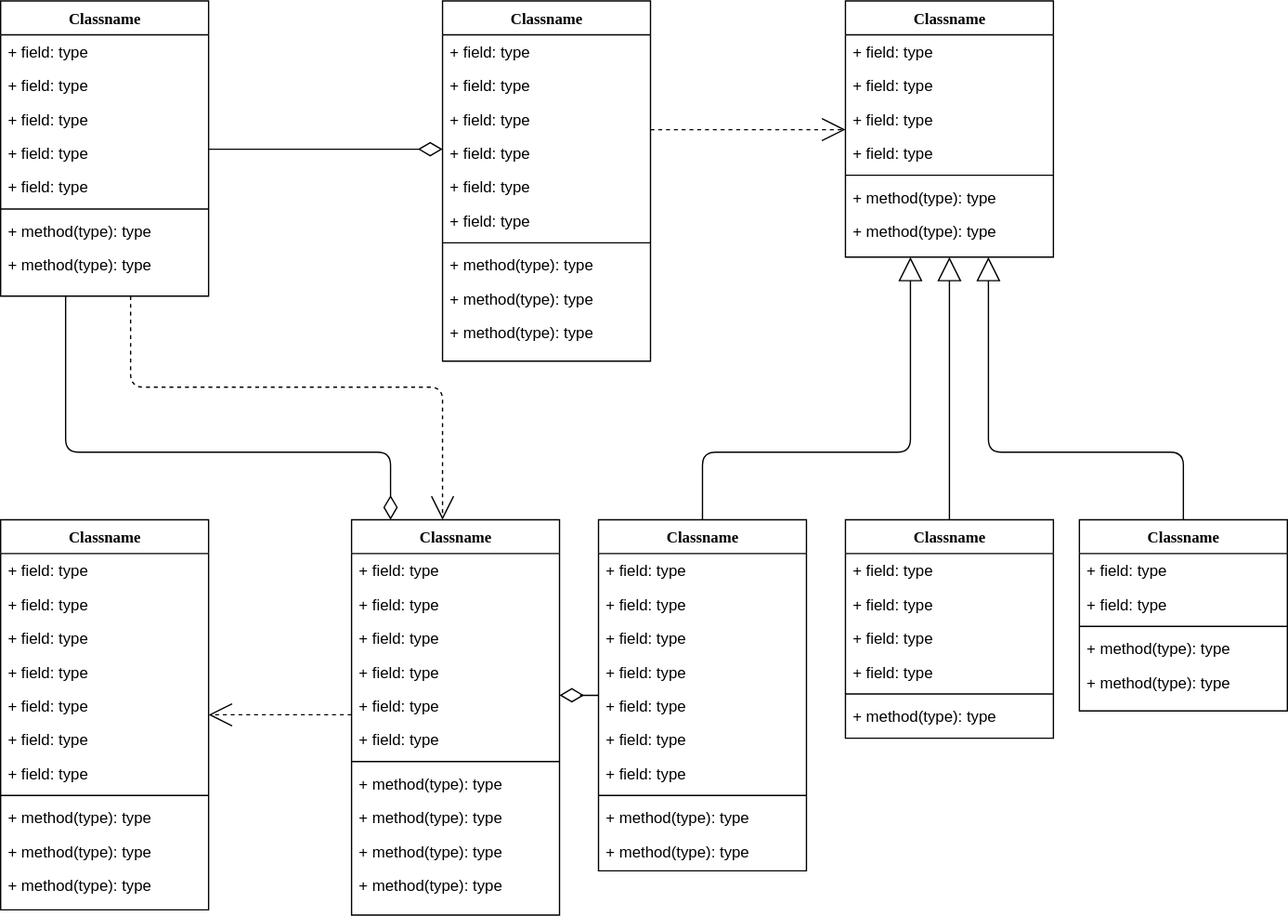
This is week-7_session-1.drawio.svg from purplehaxttv/programming101-csharp, a draw.io export, as it was before one commit. Source tidied: cells renumbered, new cells last; positions are measured from the earlier drawing's top-left corner, leaving out a move shared by most shapes.
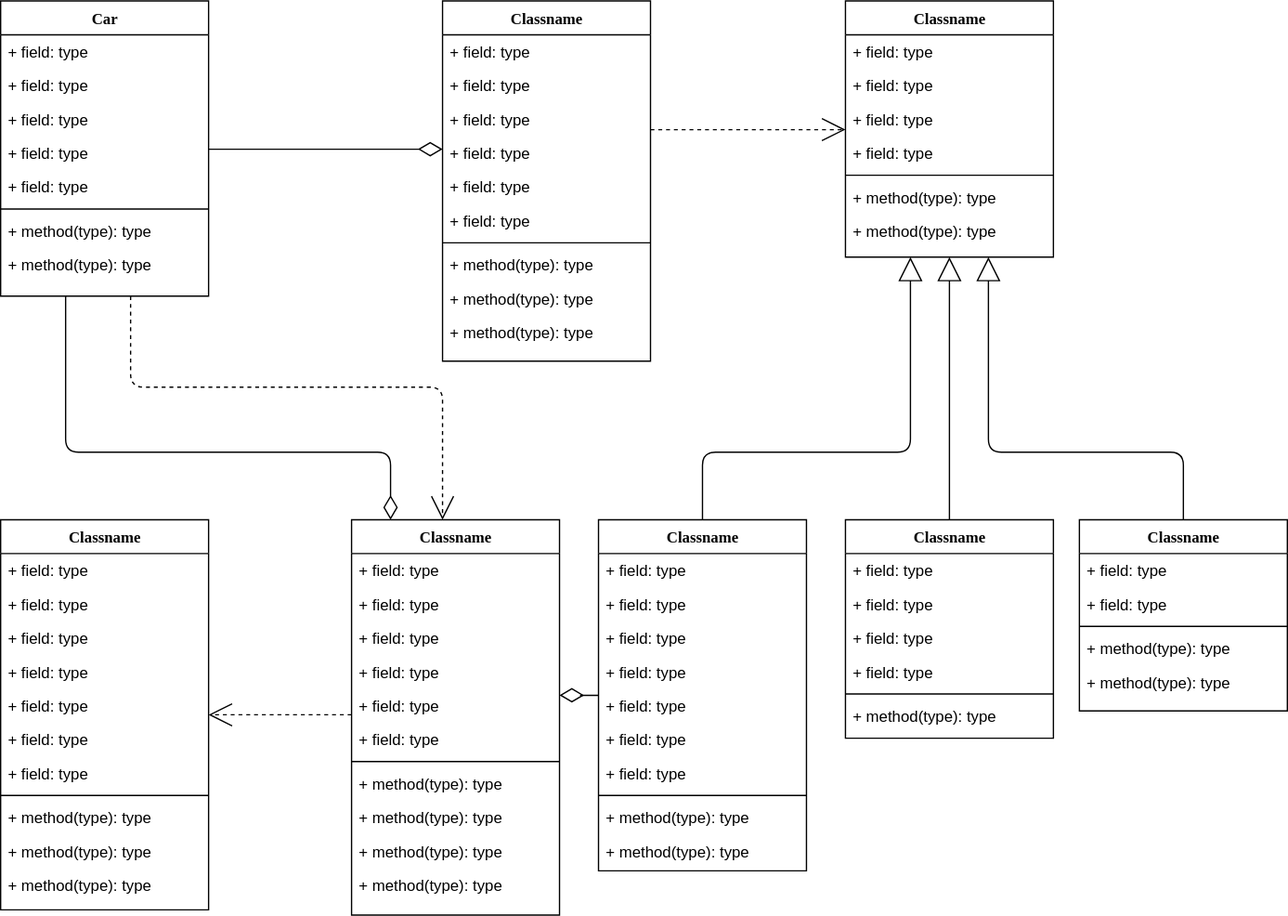
The same file after the commit.

The edit, as a diff of the source:
```diff
@@ -18,7 +18,7 @@
         </Array>
       </mxGeometry>
     </mxCell>
-    <mxCell id="4" value="Classname" style="swimlane;html=1;fontStyle=1;align=center;verticalAlign=top;horizontal=1;startSize=26;swimlaneFillColor=#ffffff;rounded=0;shadow=0;comic=0;labelBackgroundColor=none;strokeWidth=1;fillColor=none;fontFamily=Verdana;fontSize=12;" parent="1" vertex="1">
+    <mxCell id="4" value="&lt;div&gt;Car&lt;/div&gt;" style="swimlane;html=1;fontStyle=1;align=center;verticalAlign=top;horizontal=1;startSize=26;swimlaneFillColor=#ffffff;rounded=0;shadow=0;comic=0;labelBackgroundColor=none;strokeWidth=1;fillColor=none;fontFamily=Verdana;fontSize=12;" parent="1" vertex="1">
       <mxGeometry width="160" height="227" as="geometry" />
     </mxCell>
     <mxCell id="5" value="+ field: type" style="text;html=1;strokeColor=none;fillColor=none;align=left;verticalAlign=top;spacingLeft=4;spacingRight=4;whiteSpace=wrap;overflow=hidden;" parent="4" vertex="1">
```
